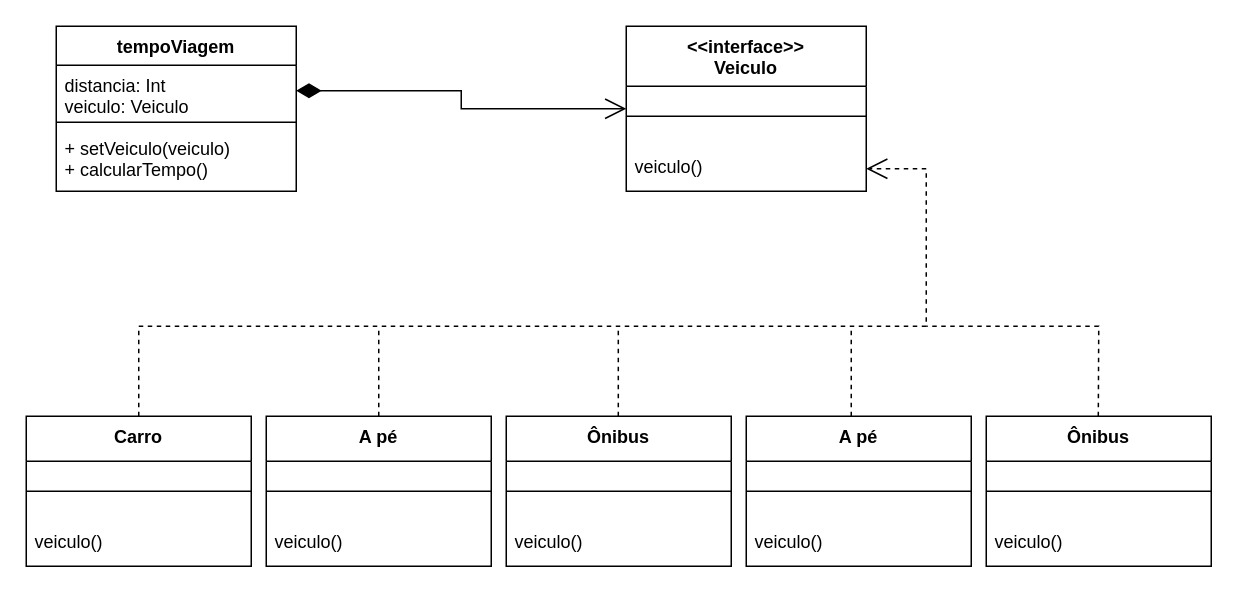
Earlier version of the draw.io diagram Design-Pattern/Strategy/Strategy.drawio (BozzanoO/Bertotti). Source tidied: cells renumbered, new cells numbered last; positions are measured from the earlier drawing's top-left corner, leaving out a move shared by most shapes. Both pictures are drawn from the tidied source at 150%, with x=0, y=0 at pixel (26, 26).
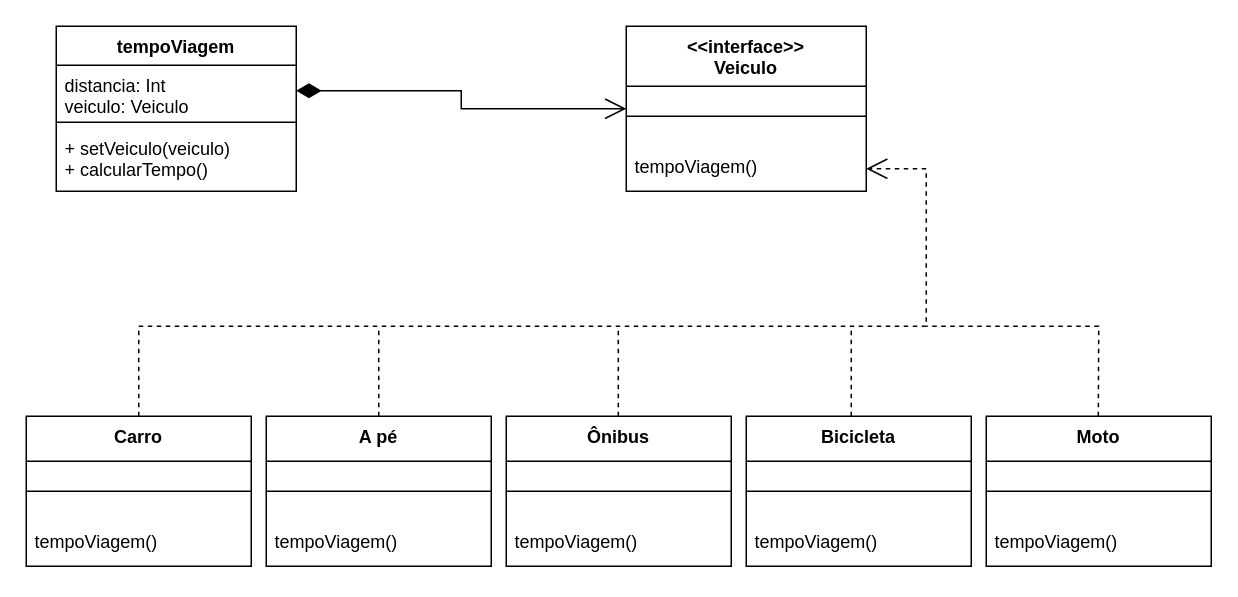
The same diagram, later.

The change refers to these unchanged cells:
```xml
<mxCell id="6" value="&amp;lt;&amp;lt;interface&amp;gt;&amp;gt;&lt;div&gt;Veiculo&lt;/div&gt;" style="swimlane;fontStyle=1;align=center;verticalAlign=top;horizontal=1;startSize=40;whiteSpace=wrap;html=1;" parent="1" vertex="1">
  <mxGeometry x="400" width="160" height="110" as="geometry" />
</mxCell>
<mxCell id="9" value="Carro" style="swimlane;fontStyle=1;align=center;verticalAlign=top;horizontal=1;startSize=30;whiteSpace=wrap;html=1;" parent="1" vertex="1">
  <mxGeometry y="260" width="150" height="100" as="geometry" />
</mxCell>
<mxCell id="12" value="A pé" style="swimlane;fontStyle=1;align=center;verticalAlign=top;horizontal=1;startSize=30;whiteSpace=wrap;html=1;" parent="1" vertex="1">
  <mxGeometry x="160" y="260" width="150" height="100" as="geometry" />
</mxCell>
<mxCell id="15" value="Ônibus" style="swimlane;fontStyle=1;align=center;verticalAlign=top;horizontal=1;startSize=30;whiteSpace=wrap;html=1;" parent="1" vertex="1">
  <mxGeometry x="320" y="260" width="150" height="100" as="geometry" />
</mxCell>
```

Diff of the diagram source:
```diff
@@
-    <mxCell id="8" value="veiculo()" style="text;strokeColor=none;fillColor=none;align=left;verticalAlign=top;spacingLeft=4;spacingRight=4;overflow=hidden;points=[[0,0.5],[1,0.5]];portConstraint=eastwest;whiteSpace=wrap;html=1;" parent="6" vertex="1">
+    <mxCell id="8" value="tempoViagem()" style="text;strokeColor=none;fillColor=none;align=left;verticalAlign=top;spacingLeft=4;spacingRight=4;overflow=hidden;points=[[0,0.5],[1,0.5]];portConstraint=eastwest;whiteSpace=wrap;html=1;" parent="6" vertex="1">
       <mxGeometry y="80" width="160" height="30" as="geometry" />
     </mxCell>
@@
-    <mxCell id="11" value="veiculo()" style="text;strokeColor=none;fillColor=none;align=left;verticalAlign=top;spacingLeft=4;spacingRight=4;overflow=hidden;whiteSpace=wrap;html=1;" parent="9" vertex="1">
+    <mxCell id="11" value="tempoViagem()" style="text;strokeColor=none;fillColor=none;align=left;verticalAlign=top;spacingLeft=4;spacingRight=4;overflow=hidden;whiteSpace=wrap;html=1;" parent="9" vertex="1">
       <mxGeometry y="70" width="150" height="30" as="geometry" />
     </mxCell>
@@
-    <mxCell id="14" value="veiculo()" style="text;strokeColor=none;fillColor=none;align=left;verticalAlign=top;spacingLeft=4;spacingRight=4;overflow=hidden;whiteSpace=wrap;html=1;" parent="12" vertex="1">
+    <mxCell id="14" value="tempoViagem()" style="text;strokeColor=none;fillColor=none;align=left;verticalAlign=top;spacingLeft=4;spacingRight=4;overflow=hidden;whiteSpace=wrap;html=1;" parent="12" vertex="1">
       <mxGeometry y="70" width="150" height="30" as="geometry" />
     </mxCell>
@@
-    <mxCell id="17" value="veiculo()" style="text;strokeColor=none;fillColor=none;align=left;verticalAlign=top;spacingLeft=4;spacingRight=4;overflow=hidden;whiteSpace=wrap;html=1;" parent="15" vertex="1">
+    <mxCell id="17" value="tempoViagem()" style="text;strokeColor=none;fillColor=none;align=left;verticalAlign=top;spacingLeft=4;spacingRight=4;overflow=hidden;whiteSpace=wrap;html=1;" parent="15" vertex="1">
       <mxGeometry y="70" width="150" height="30" as="geometry" />
     </mxCell>
-    <mxCell id="18" value="A pé" style="swimlane;fontStyle=1;align=center;verticalAlign=top;horizontal=1;startSize=30;whiteSpace=wrap;html=1;" parent="1" vertex="1">
+    <mxCell id="18" value="Bicicleta" style="swimlane;fontStyle=1;align=center;verticalAlign=top;horizontal=1;startSize=30;whiteSpace=wrap;html=1;" parent="1" vertex="1">
       <mxGeometry x="480" y="260" width="150" height="100" as="geometry" />
     </mxCell>
@@
-    <mxCell id="20" value="veiculo()" style="text;strokeColor=none;fillColor=none;align=left;verticalAlign=top;spacingLeft=4;spacingRight=4;overflow=hidden;whiteSpace=wrap;html=1;" parent="18" vertex="1">
+    <mxCell id="20" value="tempoViagem()" style="text;strokeColor=none;fillColor=none;align=left;verticalAlign=top;spacingLeft=4;spacingRight=4;overflow=hidden;whiteSpace=wrap;html=1;" parent="18" vertex="1">
       <mxGeometry y="70" width="150" height="30" as="geometry" />
     </mxCell>
-    <mxCell id="21" value="Ônibus" style="swimlane;fontStyle=1;align=center;verticalAlign=top;horizontal=1;startSize=30;whiteSpace=wrap;html=1;" parent="1" vertex="1">
+    <mxCell id="21" value="Moto" style="swimlane;fontStyle=1;align=center;verticalAlign=top;horizontal=1;startSize=30;whiteSpace=wrap;html=1;" parent="1" vertex="1">
       <mxGeometry x="640" y="260" width="150" height="100" as="geometry" />
     </mxCell>
@@
-    <mxCell id="23" value="veiculo()" style="text;strokeColor=none;fillColor=none;align=left;verticalAlign=top;spacingLeft=4;spacingRight=4;overflow=hidden;whiteSpace=wrap;html=1;" parent="21" vertex="1">
+    <mxCell id="23" value="tempoViagem()" style="text;strokeColor=none;fillColor=none;align=left;verticalAlign=top;spacingLeft=4;spacingRight=4;overflow=hidden;whiteSpace=wrap;html=1;" parent="21" vertex="1">
       <mxGeometry y="70" width="150" height="30" as="geometry" />
     </mxCell>
```
